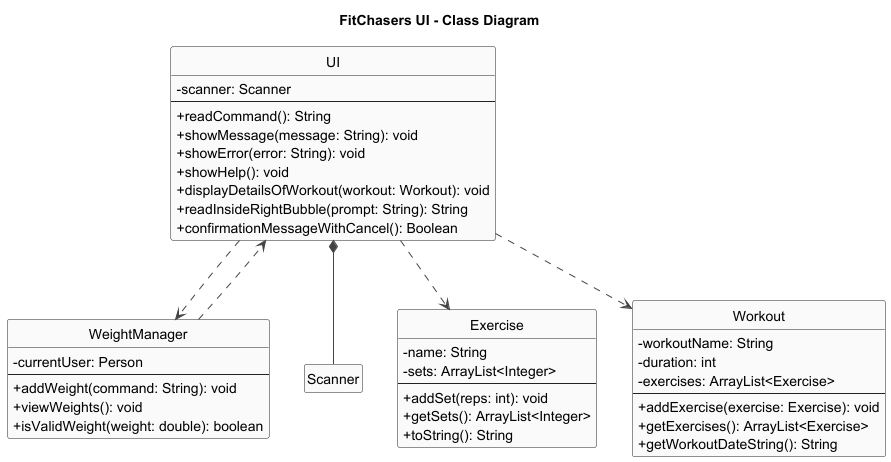
Above: docs/diagrams/UI_class_diagram.png in Exceptional-Khoi/tp (PlantUML), before the change.
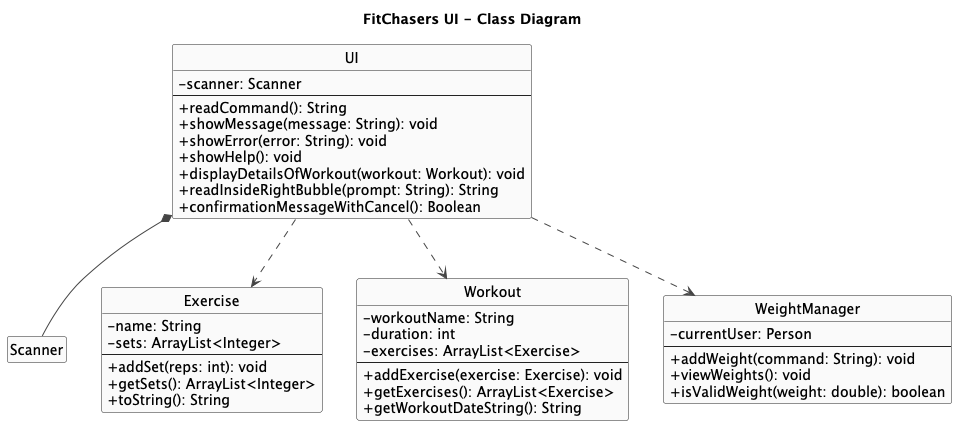
The same file after the commit.

Commit message:
Add object diagram

Change to the diagram source:
```diff
@@ -59,6 +59,4 @@
 UI ..> Workout
 UI ..> Exercise
 UI ..> WeightManager
-
-WeightManager ..> UI
 @enduml
```
